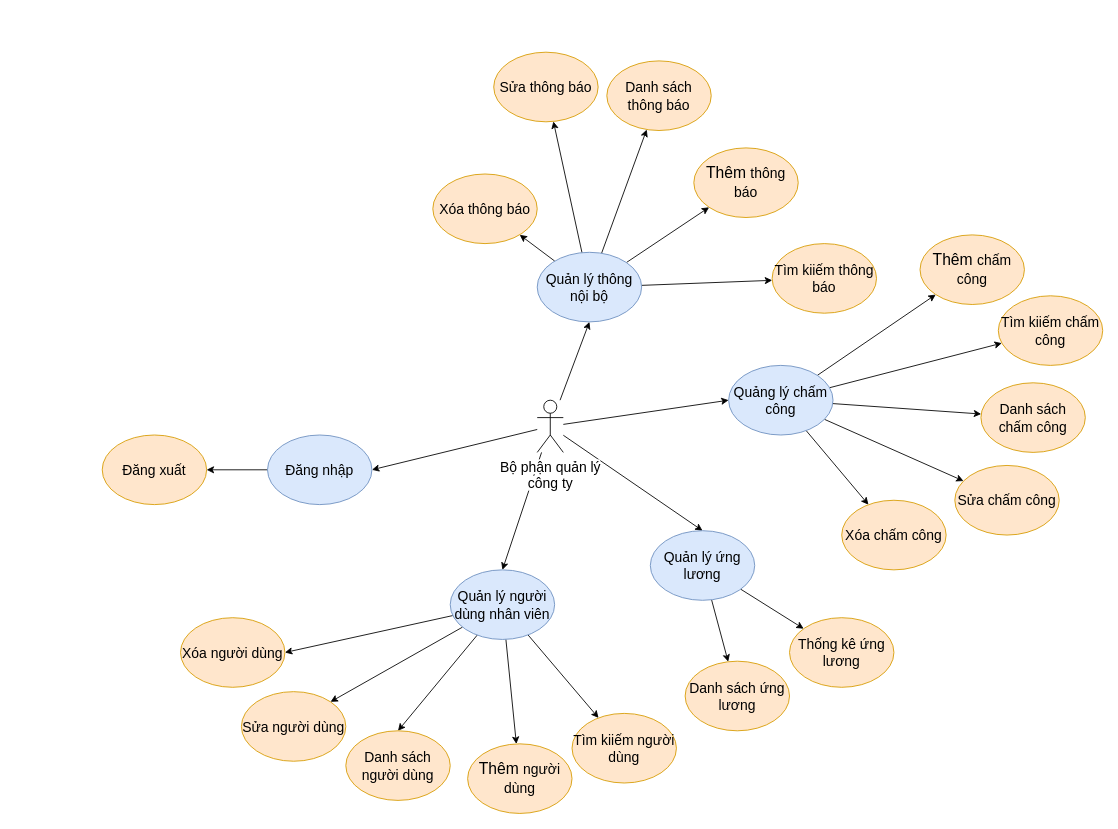
thangdinh99/WebUngLuong keeps this draw.io diagram as page "UC-BPQL công ty" (6 of 19) of word/Webungluong.drawio. Above is the earlier version. Source tidied: cells renumbered, new cells numbered last; positions are measured from the earlier drawing's top-left corner, leaving out a move shared by most shapes. Both pictures are drawn from the tidied source at 87%, with x=0, y=0 at pixel (102, 51).
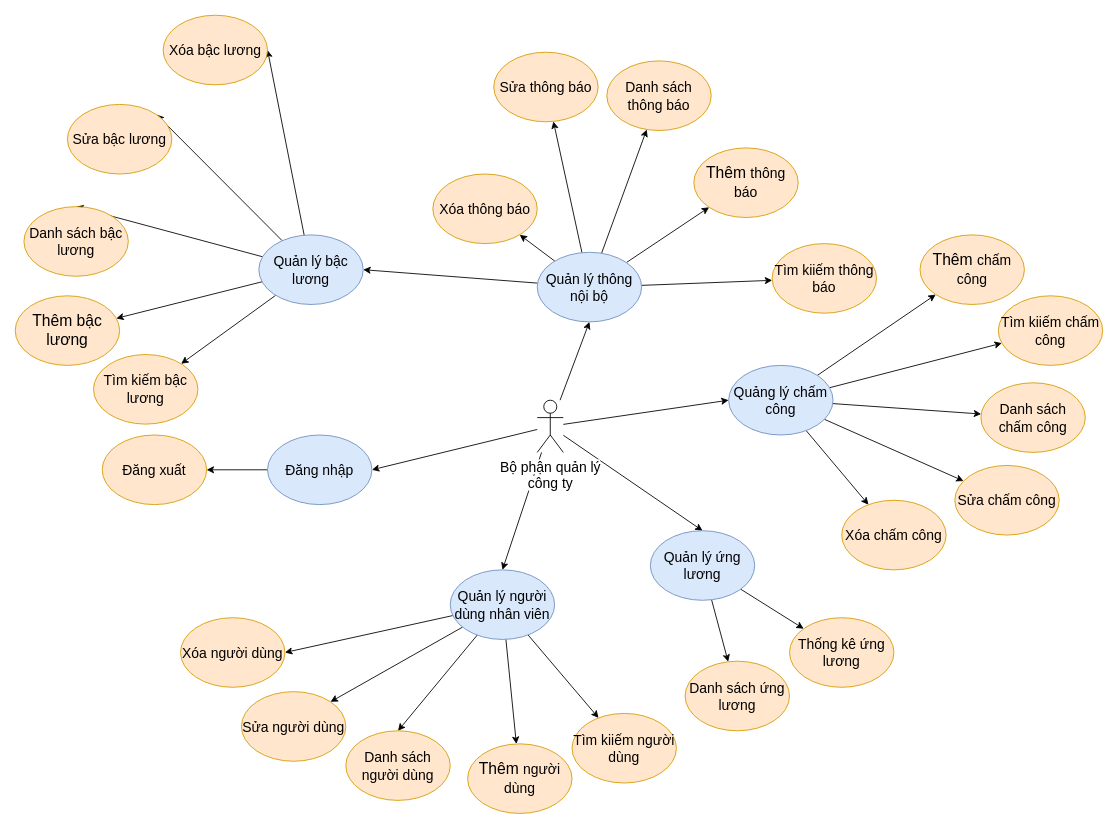
Above is the later version.

Unchanged cells that the change refers to:
```xml
<mxCell id="7" value="Quản lý thông nội bộ" style="ellipse;whiteSpace=wrap;html=1;fillColor=#dae8fc;strokeColor=#6c8ebf;fontSize=16;" parent="1" vertex="1">
  <mxGeometry x="500" y="230.5" width="120" height="80" as="geometry" />
</mxCell>
```

Change to the diagram source:
```diff
@@
+    <mxCell id="49" style="rounded=0;jettySize=auto;html=1;entryX=1;entryY=0.5;entryDx=0;entryDy=0;" parent="1" edge="1" source="7" target="60">
+      <mxGeometry relative="1" as="geometry" />
+    </mxCell>
@@
+    <mxCell id="50" style="edgeStyle=none;rounded=0;jettySize=auto;html=1;entryX=1;entryY=0.5;entryDx=0;entryDy=0;fontSize=18;" parent="1" edge="1" source="60" target="59">
+      <mxGeometry relative="1" as="geometry" />
+    </mxCell>
+    <mxCell id="51" style="edgeStyle=none;rounded=0;jettySize=auto;html=1;entryX=1;entryY=0;entryDx=0;entryDy=0;fontSize=18;" parent="1" edge="1" source="60" target="58">
+      <mxGeometry relative="1" as="geometry" />
+    </mxCell>
+    <mxCell id="52" style="edgeStyle=none;rounded=0;jettySize=auto;html=1;entryX=0.5;entryY=0;entryDx=0;entryDy=0;fontSize=18;" parent="1" edge="1" source="60" target="55">
+      <mxGeometry relative="1" as="geometry" />
+    </mxCell>
+    <mxCell id="53" style="edgeStyle=none;rounded=0;jettySize=auto;html=1;fontSize=18;" parent="1" edge="1" source="60" target="56">
+      <mxGeometry relative="1" as="geometry" />
+    </mxCell>
+    <mxCell id="54" style="edgeStyle=none;rounded=0;jettySize=auto;html=1;fontSize=18;" parent="1" edge="1" source="60" target="57">
+      <mxGeometry relative="1" as="geometry" />
+    </mxCell>
+    <mxCell id="55" value="Danh sách bậc lương" style="ellipse;whiteSpace=wrap;html=1;fillColor=#ffe6cc;strokeColor=#d79b00;fontSize=16;" parent="1" vertex="1">
+      <mxGeometry x="-90" y="178" width="120" height="80" as="geometry" />
+    </mxCell>
+    <mxCell id="56" value="Thêm bậc lương" style="ellipse;whiteSpace=wrap;html=1;fillColor=#ffe6cc;strokeColor=#d79b00;fontSize=18;" parent="1" vertex="1">
+      <mxGeometry x="-100" y="280.5" width="120" height="80" as="geometry" />
+    </mxCell>
+    <mxCell id="57" value="Tìm kiếm bậc lương" style="ellipse;whiteSpace=wrap;html=1;fillColor=#ffe6cc;strokeColor=#d79b00;fontSize=16;" parent="1" vertex="1">
+      <mxGeometry x="-10" y="348" width="120" height="80" as="geometry" />
+    </mxCell>
+    <mxCell id="58" value="Sửa bậc lương" style="ellipse;whiteSpace=wrap;html=1;fillColor=#ffe6cc;strokeColor=#d79b00;fontSize=16;" parent="1" vertex="1">
+      <mxGeometry x="-40" y="60.5" width="120" height="80" as="geometry" />
+    </mxCell>
+    <mxCell id="59" value="Xóa bậc lương" style="ellipse;whiteSpace=wrap;html=1;fillColor=#ffe6cc;strokeColor=#d79b00;fontSize=16;" parent="1" vertex="1">
+      <mxGeometry x="70" y="-42" width="120" height="80" as="geometry" />
+    </mxCell>
+    <mxCell id="60" value="Quản lý bậc lương" style="ellipse;whiteSpace=wrap;html=1;fillColor=#dae8fc;strokeColor=#6c8ebf;fontSize=16;" parent="1" vertex="1">
+      <mxGeometry x="180" y="210.5" width="120" height="80" as="geometry" />
+    </mxCell>
```
